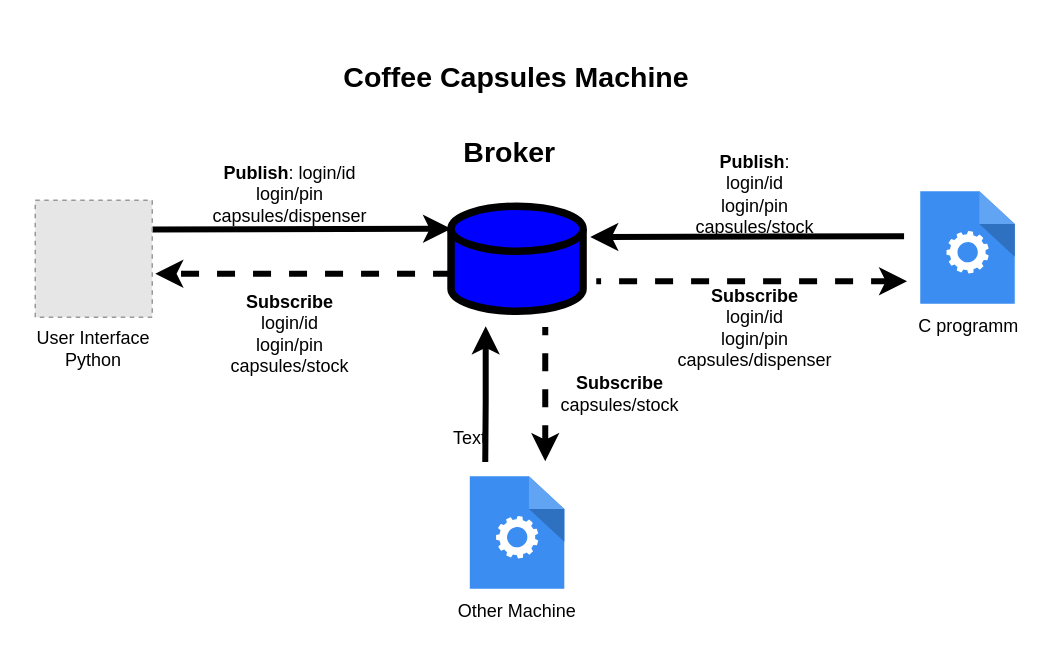
Before: Diagrams/1 - Draw.io/MQTT diagram.drawio in joaomiguelpassos/CSLAB, a draw.io diagram. Source tidied: cells renumbered, new cells numbered last; positions are measured from the earlier drawing's top-left corner, leaving out a move shared by most shapes. Both pictures are drawn from the tidied source at 150%, with x=0, y=0 at pixel (26, 26). Pictures stored in the file or linked from it are replaced by grey dashed boxes.
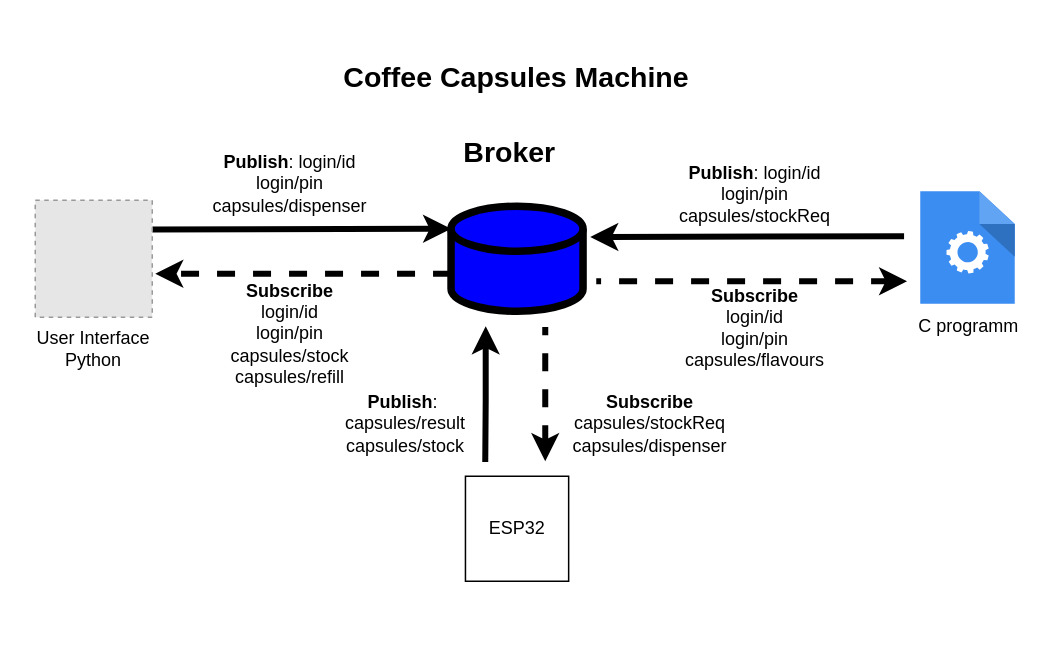
Above is the later version.

Diff of the diagram source:
```diff
@@
     <mxCell id="7" value="&lt;b&gt;Publish&lt;/b&gt;: login/id&lt;br&gt;login/pin&lt;br&gt;capsules/dispenser" style="text;html=1;strokeColor=none;fillColor=none;align=center;verticalAlign=middle;whiteSpace=wrap;rounded=0;rotation=0;" parent="1" vertex="1">
-      <mxGeometry x="146" y="97" width="60" height="30" as="geometry" />
+      <mxGeometry x="146" y="90" width="60" height="30" as="geometry" />
     </mxCell>
-    <mxCell id="8" value="&lt;b&gt;Subscribe&lt;/b&gt;&lt;br&gt;login/id&lt;br&gt;login/pin&lt;br&gt;capsules/stock" style="text;html=1;strokeColor=none;fillColor=none;align=center;verticalAlign=middle;whiteSpace=wrap;rounded=0;rotation=0;" parent="1" vertex="1">
+    <mxCell id="8" value="&lt;b&gt;Subscribe&lt;/b&gt;&lt;br&gt;login/id&lt;br&gt;login/pin&lt;br&gt;capsules/stock&lt;br&gt;capsules/refill" style="text;html=1;strokeColor=none;fillColor=none;align=center;verticalAlign=middle;whiteSpace=wrap;rounded=0;rotation=0;" parent="1" vertex="1">
       <mxGeometry x="146" y="180" width="60" height="50" as="geometry" />
     </mxCell>
@@
-    <mxCell id="12" value="&lt;b&gt;Publish&lt;/b&gt;: login/id&lt;br&gt;login/pin&lt;br&gt;capsules/stock" style="text;html=1;strokeColor=none;fillColor=none;align=center;verticalAlign=middle;whiteSpace=wrap;rounded=0;rotation=0;" parent="1" vertex="1">
+    <mxCell id="12" value="&lt;b&gt;Publish&lt;/b&gt;: login/id&lt;br&gt;login/pin&lt;br&gt;capsules/stockReq" style="text;html=1;strokeColor=none;fillColor=none;align=center;verticalAlign=middle;whiteSpace=wrap;rounded=0;rotation=0;" parent="1" vertex="1">
       <mxGeometry x="456" y="97" width="60" height="30" as="geometry" />
     </mxCell>
-    <mxCell id="13" value="&lt;b&gt;Subscribe&lt;/b&gt;&lt;br&gt;login/id&lt;br&gt;login/pin&lt;br&gt;capsules/dispenser" style="text;html=1;strokeColor=none;fillColor=none;align=center;verticalAlign=middle;whiteSpace=wrap;rounded=0;rotation=0;" parent="1" vertex="1">
+    <mxCell id="13" value="&lt;b&gt;Subscribe&lt;/b&gt;&lt;br&gt;login/id&lt;br&gt;login/pin&lt;br&gt;capsules/flavours" style="text;html=1;strokeColor=none;fillColor=none;align=center;verticalAlign=middle;whiteSpace=wrap;rounded=0;rotation=0;" parent="1" vertex="1">
       <mxGeometry x="456" y="186" width="60" height="30" as="geometry" />
     </mxCell>
@@
-    <mxCell id="16" style="sketch=0;html=1;strokeColor=none;shadow=0;align=center;verticalAlign=top;fillColor=#3B8DF1;shape=mxgraph.gcp2.process;" parent="1" vertex="1">
-      <mxGeometry x="295.7" y="300" width="63" height="75" as="geometry" />
-    </mxCell>
-    <mxCell id="17" value="Other Machine" style="text;html=1;align=center;verticalAlign=middle;strokeColor=none;fillColor=none;" parent="1" vertex="1">
-      <mxGeometry x="282.2" y="380" width="90" height="20" as="geometry" />
-    </mxCell>
@@
-    <mxCell id="20" value="&lt;b&gt;Subscribe&lt;/b&gt;&lt;br&gt;capsules/stock" style="text;html=1;strokeColor=none;fillColor=none;align=center;verticalAlign=middle;whiteSpace=wrap;rounded=0;rotation=0;" parent="1" vertex="1">
-      <mxGeometry x="366" y="230" width="60" height="30" as="geometry" />
+    <mxCell id="20" value="&lt;b&gt;Subscribe&lt;/b&gt;&lt;br&gt;capsules/stockReq&lt;br&gt;capsules/dispenser" style="text;html=1;strokeColor=none;fillColor=none;align=center;verticalAlign=middle;whiteSpace=wrap;rounded=0;rotation=0;" parent="1" vertex="1">
+      <mxGeometry x="386" y="250" width="60" height="30" as="geometry" />
     </mxCell>
@@
-    <mxCell id="22" value="Text" style="text;html=1;strokeColor=none;fillColor=none;align=center;verticalAlign=middle;whiteSpace=wrap;rounded=0;" parent="1" vertex="1">
-      <mxGeometry x="266" y="260" width="60" height="30" as="geometry" />
-    </mxCell>
+    <mxCell id="23" value="ESP32" style="rounded=0;whiteSpace=wrap;html=1;" parent="1" vertex="1">
+      <mxGeometry x="292.8" y="300" width="68.8" height="70" as="geometry" />
+    </mxCell>
+    <mxCell id="24" value="&lt;b&gt;Publish&lt;/b&gt;:&amp;nbsp;&lt;br&gt;capsules/result&lt;br&gt;capsules/stock" style="text;html=1;strokeColor=none;fillColor=none;align=center;verticalAlign=middle;whiteSpace=wrap;rounded=0;rotation=0;" parent="1" vertex="1">
+      <mxGeometry x="223.2" y="250" width="60" height="30" as="geometry" />
+    </mxCell>
```
